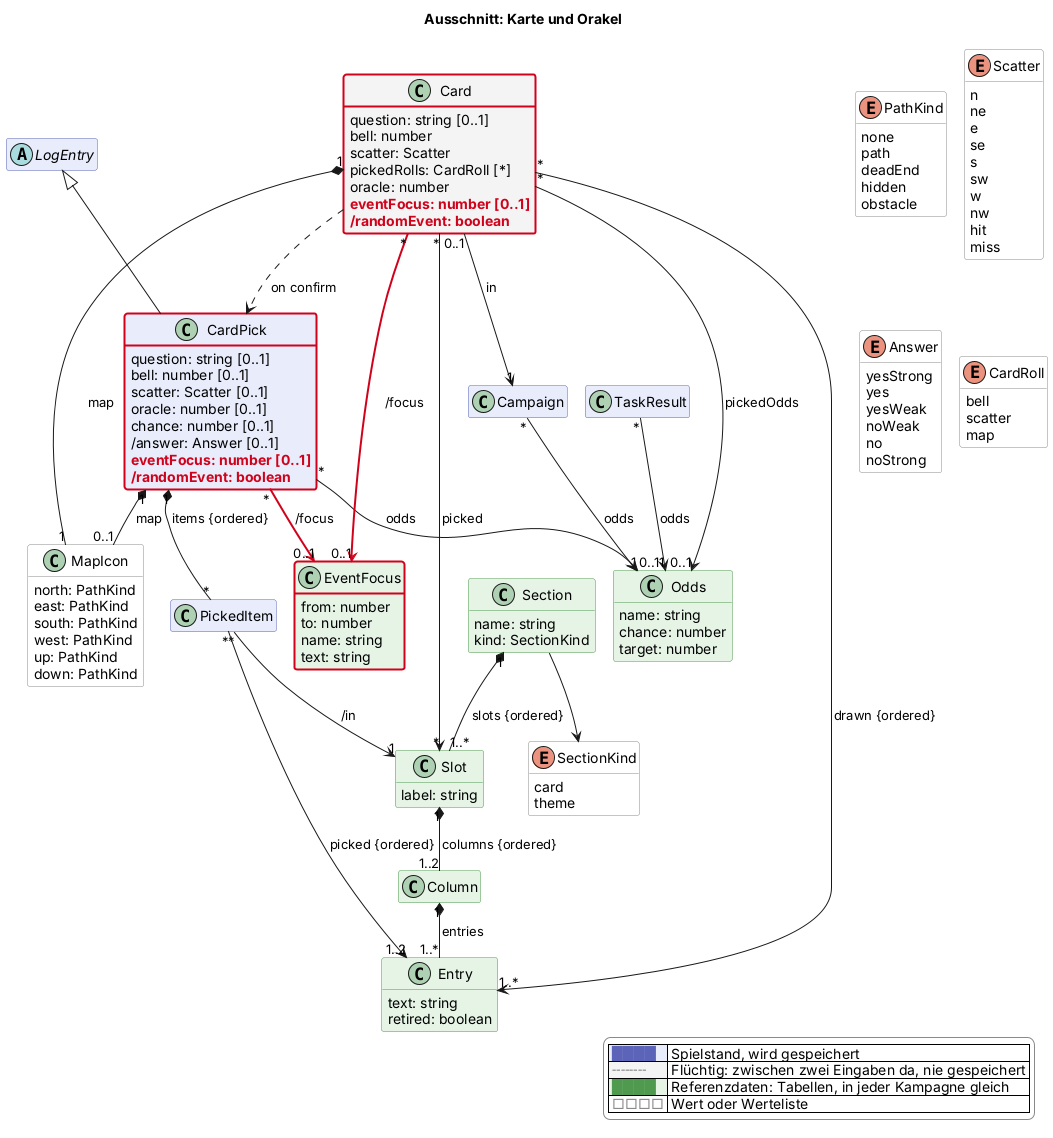
The PlantUML diagram docs/views/karte.png in scuzzar/SRE, before a commit. Source of this version:
```plantuml
@startuml
!if %not(%variable_exists("$change"))
!$change = "*"
!endif
!function $marked($c)
!return $change == "*" || $change == $c
!endfunction
!function $new($c, $t)
!if $marked($c)
!return "<color:#d0021b><b>" + $t + "</b></color>"
!endif
!return $t
!endfunction
!procedure $gone($c, $t)
!if $marked($c)
<color:#d0021b><s>$t</s></color>
!endif
!endprocedure
!function $newClass($c)
!if $marked($c)
!return "#line:d0021b;line.bold"
!endif
!return ""
!endfunction
!function $newArrow($c)
!if $marked($c)
!return "[#d0021b,bold]"
!endif
!return ""
!endfunction
!function $goneArrow($c)
!if $marked($c)
!return "[#d0021b,dashed]"
!endif
!return ""
!endfunction
!pragma layout smetana
title Ausschnitt: Karte und Orakel
hide empty members
hide methods
skinparam classAttributeIconSize 0
skinparam shadowing false
skinparam packageStyle rectangle
skinparam class {
  BackgroundColor #e8ecfb
  BorderColor #5b64b8
  BackgroundColor<<transient>> #f4f4f4
  BorderColor<<transient>> #8a8a8a
  BackgroundColor<<reference>> #e6f4e6
  BorderColor<<reference>> #4f9a4f
  BackgroundColor<<value>> #ffffff
  BorderColor<<value>> #8a8a8a
}
skinparam legendBackgroundColor #ffffff
skinparam legendBorderColor #8a8a8a
<style>
classDiagram {
  class {
    .transient {
      LineStyle 5-3
    }
  }
}
</style>
hide <<transient>> stereotype
hide <<reference>> stereotype
hide <<value>> stereotype

  class Campaign $kampagne



  abstract class LogEntry $probe
  class CardPick $karte {
    question: string [0..1]
    bell: number [0..1]
    scatter: Scatter [0..1]
    oracle: number [0..1]
    chance: number [0..1]
    /answer: Answer [0..1]
    $new("2026-11-14f", "eventFocus: number [0..1]")
    $new("2026-11-14f", "/randomEvent: boolean")
  }
  class PickedItem $karte


  class Card <<transient>> $karte {
    question: string [0..1]
    bell: number
    scatter: Scatter
    pickedRolls: CardRoll [*]
    oracle: number
    $new("2026-11-14f", "eventFocus: number [0..1]")
    $new("2026-11-14f", "/randomEvent: boolean")
  }
  class MapIcon <<value>> $karte {
    north: PathKind
    east: PathKind
    south: PathKind
    west: PathKind
    up: PathKind
    down: PathKind
  }
  enum PathKind <<value>> $karte {
    none
    path
    deadEnd
    hidden
    obstacle
  }
  enum Scatter <<value>> $karte {
    n
    ne
    e
    se
    s
    sw
    w
    nw
    hit
    miss
  }
  enum Answer <<value>> $karte {
    yesStrong
    yes
    yesWeak
    noWeak
    no
    noStrong
  }
  enum CardRoll <<value>> $karte {
    bell
    scatter
    map
  }
  class TaskResult $probe

  class Odds <<reference>> $karte {
    name: string
    chance: number
    target: number
  }
  class EventFocus <<reference>> $karte $newClass("2026-11-14f") {
    from: number
    to: number
    name: string
    text: string
  }
  class Section <<reference>> $karte {
    name: string
    kind: SectionKind
  }
  class Slot <<reference>> $karte {
    label: string
  }
  class Column <<reference>> $karte
  class Entry <<reference>> $karte {
    text: string
    retired: boolean
  }
  enum SectionKind <<value>> $karte {
    card
    theme
  }

Campaign "*" --> "1" Odds : odds







LogEntry <|-- CardPick
CardPick "1" *-- "*" PickedItem : items {ordered}
CardPick "1" *-- "0..1" MapIcon : map
TaskResult "*" --> "1" Odds : odds




Card "0..1" --> "1" Campaign : in
Card "*" --> "1..*" Entry : drawn {ordered}
Card "*" --> "*" Slot : picked
Card ..> CardPick : on confirm
CardPick "*" --> "0..1" Odds : odds
Card "*" --> "0..1" Odds : pickedOdds
Card "*" -$newArrow("2026-11-14f")-> "0..1" EventFocus : /focus
CardPick "*" -$newArrow("2026-11-14f")-> "0..1" EventFocus : /focus
Card "1" *-- "1" MapIcon : map
PickedItem "*" --> "1" Slot : /in
PickedItem "*" --> "1..2" Entry : picked {ordered}
Section "1" *-- "1..*" Slot : slots {ordered}
Section --> SectionKind
Slot "1" *-- "1..2" Column : columns {ordered}
Column "1" *-- "1..*" Entry : entries


legend right
  |<#e8ecfb> <color:#5b64b8>████</color> | Spielstand, wird gespeichert |
  |<#f4f4f4> <color:#8a8a8a>╌╌╌╌</color> | Flüchtig: zwischen zwei Eingaben da, nie gespeichert |
  |<#e6f4e6> <color:#4f9a4f>████</color> | Referenzdaten: Tabellen, in jeder Kampagne gleich |
  |<#ffffff> <color:#8a8a8a>□□□□</color> | Wert oder Werteliste |
endlegend
class CardPick #line:d0021b;line.bold
class Card #line:d0021b;line.bold
@enduml
```
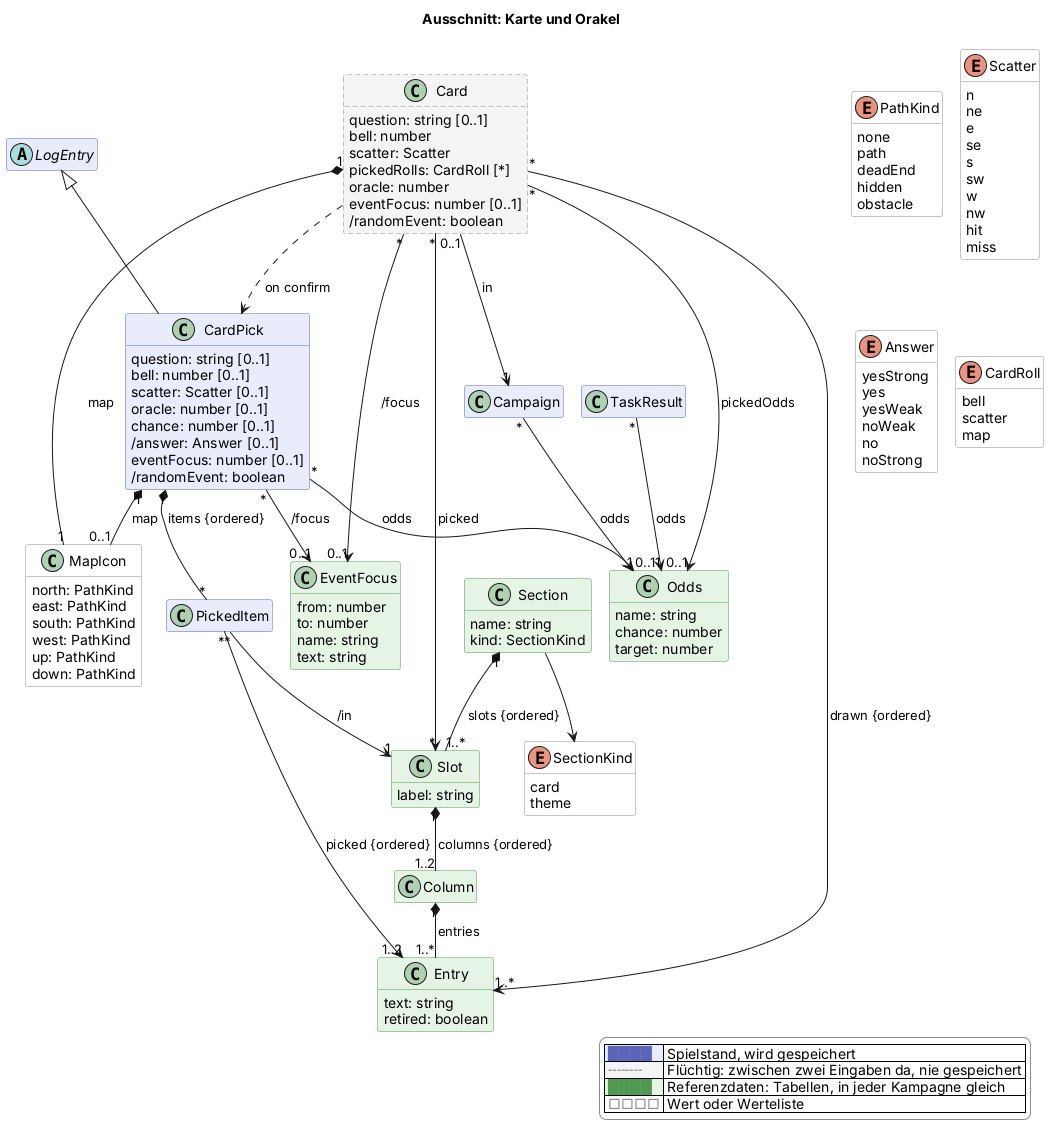
After the change.

Diff of the diagram source:
```diff
@@ -78,8 +78,8 @@
     oracle: number [0..1]
     chance: number [0..1]
     /answer: Answer [0..1]
-    $new("2026-11-14f", "eventFocus: number [0..1]")
-    $new("2026-11-14f", "/randomEvent: boolean")
+    eventFocus: number [0..1]
+    /randomEvent: boolean
   }
   class PickedItem $karte
 
@@ -90,8 +90,8 @@
     scatter: Scatter
     pickedRolls: CardRoll [*]
     oracle: number
-    $new("2026-11-14f", "eventFocus: number [0..1]")
-    $new("2026-11-14f", "/randomEvent: boolean")
+    eventFocus: number [0..1]
+    /randomEvent: boolean
   }
   class MapIcon <<value>> $karte {
     north: PathKind
@@ -140,7 +140,7 @@
     chance: number
     target: number
   }
-  class EventFocus <<reference>> $karte $newClass("2026-11-14f") {
+  class EventFocus <<reference>> $karte {
     from: number
     to: number
     name: string
@@ -185,8 +185,8 @@
 Card ..> CardPick : on confirm
 CardPick "*" --> "0..1" Odds : odds
 Card "*" --> "0..1" Odds : pickedOdds
-Card "*" -$newArrow("2026-11-14f")-> "0..1" EventFocus : /focus
-CardPick "*" -$newArrow("2026-11-14f")-> "0..1" EventFocus : /focus
+Card "*" --> "0..1" EventFocus : /focus
+CardPick "*" --> "0..1" EventFocus : /focus
 Card "1" *-- "1" MapIcon : map
 PickedItem "*" --> "1" Slot : /in
 PickedItem "*" --> "1..2" Entry : picked {ordered}
@@ -202,6 +202,4 @@
   |<#e6f4e6> <color:#4f9a4f>████</color> | Referenzdaten: Tabellen, in jeder Kampagne gleich |
   |<#ffffff> <color:#8a8a8a>□□□□</color> | Wert oder Werteliste |
 endlegend
-class CardPick #line:d0021b;line.bold
-class Card #line:d0021b;line.bold
 @enduml
```
